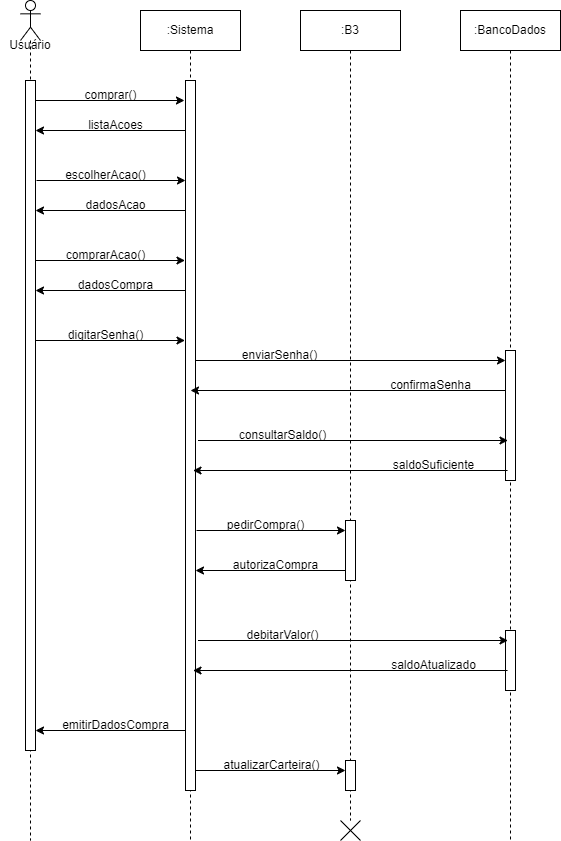
ThePlano/Projeto-CC5511---ENGENHARIA-DE-SOFTWARE keeps this draw.io diagram as diagrama_sequencia_comprar_acao.png. Above is the earlier version. Source tidied: cells renumbered, new cells last; positions are measured from the earlier drawing's top-left corner, leaving out a move shared by most shapes.
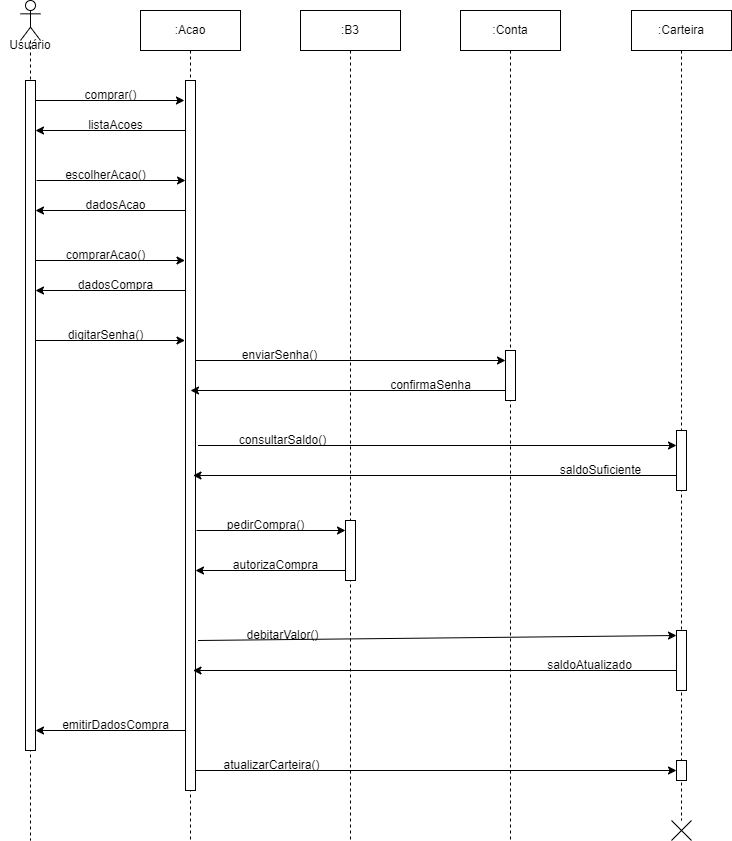
The same file after the commit.

Change to the diagram source:
```diff
@@ -8,18 +8,15 @@
     <mxCell id="3" style="html=1;perimeter=orthogonalPerimeter;targetShapes=umlLifeline;newEdgeStyle={&quot;curved&quot;:0,&quot;rounded&quot;:0};" parent="2" vertex="1">
       <mxGeometry x="5" y="80" width="10" height="670" as="geometry" />
     </mxCell>
-    <mxCell id="4" value=":Sistema" style="shape=umlLifeline;perimeter=lifelinePerimeter;whiteSpace=wrap;html=1;newEdgeStyle={&quot;curved&quot;:0,&quot;rounded&quot;:0};" parent="1" vertex="1">
+    <mxCell id="4" value=":Acao" style="shape=umlLifeline;perimeter=lifelinePerimeter;whiteSpace=wrap;html=1;newEdgeStyle={&quot;curved&quot;:0,&quot;rounded&quot;:0};" parent="1" vertex="1">
       <mxGeometry x="140" y="10" width="100" height="830" as="geometry" />
     </mxCell>
     <mxCell id="5" style="html=1;perimeter=orthogonalPerimeter;targetShapes=umlLifeline;newEdgeStyle={&quot;curved&quot;:0,&quot;rounded&quot;:0};" parent="4" vertex="1">
       <mxGeometry x="45" y="70" width="10" height="710" as="geometry" />
     </mxCell>
     <mxCell id="6" value=":B3" style="shape=umlLifeline;perimeter=lifelinePerimeter;whiteSpace=wrap;html=1;newEdgeStyle={&quot;curved&quot;:0,&quot;rounded&quot;:0};" parent="1" vertex="1">
-      <mxGeometry x="300" y="10" width="100" height="810" as="geometry" />
+      <mxGeometry x="300" y="10" width="100" height="830" as="geometry" />
     </mxCell>
-    <mxCell id="7" style="html=1;points=[[0,0,0,0,5],[0,1,0,0,-5],[1,0,0,0,5],[1,1,0,0,-5]];perimeter=orthogonalPerimeter;outlineConnect=0;targetShapes=umlLifeline;portConstraint=eastwest;newEdgeStyle={&quot;curved&quot;:0,&quot;rounded&quot;:0};" parent="6" vertex="1">
-      <mxGeometry x="45" y="750" width="10" height="30" as="geometry" />
-    </mxCell>
     <mxCell id="8" style="html=1;perimeter=orthogonalPerimeter;targetShapes=umlLifeline;newEdgeStyle={&quot;curved&quot;:0,&quot;rounded&quot;:0};" parent="6" vertex="1">
       <mxGeometry x="45" y="510" width="10" height="60" as="geometry" />
     </mxCell>
@@ -53,9 +50,6 @@
     <mxCell id="15" value="escolherAcao()" style="text;html=1;align=center;verticalAlign=middle;strokeColor=none;fillColor=none;" parent="1" vertex="1">
       <mxGeometry x="55" y="160" width="100" height="30" as="geometry" />
     </mxCell>
-    <mxCell id="16" style="shape=umlDestroy;whiteSpace=wrap;html=1;strokeWidth=1;targetShapes=umlLifeline;" parent="1" vertex="1">
-      <mxGeometry x="340" y="820" width="20" height="20" as="geometry" />
-    </mxCell>
     <mxCell id="17" style="endArrow=classic;html=1;rounded=0;" parent="1" edge="1">
       <mxGeometry relative="1" as="geometry">
         <mxPoint x="185" y="210" as="sourcePoint" />
@@ -101,15 +95,12 @@
     <mxCell id="26" value="emitirDadosCompra" style="text;html=1;align=center;verticalAlign=middle;strokeColor=none;fillColor=none;" parent="1" vertex="1">
       <mxGeometry x="50" y="710" width="130" height="30" as="geometry" />
     </mxCell>
-    <mxCell id="27" value=":BancoDados" style="shape=umlLifeline;perimeter=lifelinePerimeter;whiteSpace=wrap;html=1;newEdgeStyle={&quot;curved&quot;:0,&quot;rounded&quot;:0};" parent="1" vertex="1">
+    <mxCell id="27" value=":Conta" style="shape=umlLifeline;perimeter=lifelinePerimeter;whiteSpace=wrap;html=1;newEdgeStyle={&quot;curved&quot;:0,&quot;rounded&quot;:0};" parent="1" vertex="1">
       <mxGeometry x="460" y="10" width="100" height="830" as="geometry" />
     </mxCell>
     <mxCell id="28" style="html=1;perimeter=orthogonalPerimeter;targetShapes=umlLifeline;newEdgeStyle={&quot;curved&quot;:0,&quot;rounded&quot;:0};" parent="27" vertex="1">
-      <mxGeometry x="45" y="340" width="10" height="130" as="geometry" />
+      <mxGeometry x="45" y="340" width="10" height="50" as="geometry" />
     </mxCell>
-    <mxCell id="29" style="html=1;points=[[0,0,0,0,5],[0,1,0,0,-5],[1,0,0,0,5],[1,1,0,0,-5]];perimeter=orthogonalPerimeter;outlineConnect=0;targetShapes=umlLifeline;portConstraint=eastwest;newEdgeStyle={&quot;curved&quot;:0,&quot;rounded&quot;:0};" parent="27" vertex="1">
-      <mxGeometry x="45" y="620" width="10" height="60" as="geometry" />
-    </mxCell>
     <mxCell id="30" style="endArrow=classic;html=1;rounded=0;" parent="1" edge="1">
       <mxGeometry relative="1" as="geometry">
         <mxPoint x="195" y="360" as="sourcePoint" />
@@ -128,23 +119,21 @@
     <mxCell id="33" value="confirmaSenha" style="text;html=1;align=center;verticalAlign=middle;strokeColor=none;fillColor=none;" parent="1" vertex="1">
       <mxGeometry x="380" y="370" width="100" height="30" as="geometry" />
     </mxCell>
-    <mxCell id="34" style="endArrow=classic;html=1;rounded=0;" parent="1" edge="1">
+    <mxCell id="34" style="endArrow=classic;html=1;rounded=0;" parent="1" edge="1" target="49">
       <mxGeometry relative="1" as="geometry">
-        <mxPoint x="197.5" y="440" as="sourcePoint" />
-        <mxPoint x="507.5" y="440" as="targetPoint" />
+        <mxPoint x="197.5" y="445" as="sourcePoint" />
       </mxGeometry>
     </mxCell>
     <mxCell id="35" value="consultarSaldo()" style="text;html=1;align=center;verticalAlign=middle;strokeColor=none;fillColor=none;" parent="1" vertex="1">
-      <mxGeometry x="226.5" y="420" width="110" height="30" as="geometry" />
+      <mxGeometry x="226.5" y="425" width="110" height="30" as="geometry" />
     </mxCell>
-    <mxCell id="36" style="endArrow=classic;html=1;rounded=0;" parent="1" edge="1">
+    <mxCell id="36" style="endArrow=classic;html=1;rounded=0;" parent="1" edge="1" source="49">
       <mxGeometry relative="1" as="geometry">
-        <mxPoint x="507.1" y="470" as="sourcePoint" />
-        <mxPoint x="192.5" y="470" as="targetPoint" />
+        <mxPoint x="192.5" y="475" as="targetPoint" />
       </mxGeometry>
     </mxCell>
     <mxCell id="37" value="saldoSuficiente" style="text;html=1;align=center;verticalAlign=middle;strokeColor=none;fillColor=none;" parent="1" vertex="1">
-      <mxGeometry x="382.5" y="450" width="100" height="30" as="geometry" />
+      <mxGeometry x="550" y="455" width="100" height="30" as="geometry" />
     </mxCell>
     <mxCell id="38" style="endArrow=classic;html=1;rounded=0;exitX=1.103;exitY=0.128;exitDx=0;exitDy=0;exitPerimeter=0;" parent="1" edge="1">
       <mxGeometry relative="1" as="geometry">
@@ -164,32 +153,44 @@
     <mxCell id="41" value="autorizaCompra" style="text;html=1;align=center;verticalAlign=middle;strokeColor=none;fillColor=none;" parent="1" vertex="1">
       <mxGeometry x="220" y="550" width="110" height="30" as="geometry" />
     </mxCell>
-    <mxCell id="42" style="endArrow=classic;html=1;rounded=0;" parent="1" edge="1">
+    <mxCell id="42" style="endArrow=classic;html=1;rounded=0;entryX=0;entryY=0;entryDx=0;entryDy=5;entryPerimeter=0;" parent="1" edge="1" target="29">
       <mxGeometry relative="1" as="geometry">
         <mxPoint x="197.5" y="640" as="sourcePoint" />
-        <mxPoint x="507.5" y="640" as="targetPoint" />
       </mxGeometry>
     </mxCell>
     <mxCell id="43" value="debitarValor()" style="text;html=1;align=center;verticalAlign=middle;strokeColor=none;fillColor=none;" parent="1" vertex="1">
       <mxGeometry x="231.5" y="620" width="100" height="30" as="geometry" />
     </mxCell>
-    <mxCell id="44" style="endArrow=classic;html=1;rounded=0;" parent="1" edge="1">
+    <mxCell id="44" style="endArrow=classic;html=1;rounded=0;" parent="1" edge="1" source="29">
       <mxGeometry relative="1" as="geometry">
-        <mxPoint x="507.1" y="670" as="sourcePoint" />
         <mxPoint x="192.5" y="670" as="targetPoint" />
       </mxGeometry>
     </mxCell>
     <mxCell id="45" value="saldoAtualizado" style="text;html=1;align=center;verticalAlign=middle;strokeColor=none;fillColor=none;" parent="1" vertex="1">
-      <mxGeometry x="377.5" y="650" width="110" height="30" as="geometry" />
+      <mxGeometry x="533.5" y="650" width="110" height="30" as="geometry" />
     </mxCell>
-    <mxCell id="46" style="endArrow=classic;html=1;rounded=0;" parent="1" edge="1">
+    <mxCell id="46" style="endArrow=classic;html=1;rounded=0;" parent="1" edge="1" target="7">
       <mxGeometry relative="1" as="geometry">
         <mxPoint x="195" y="770" as="sourcePoint" />
-        <mxPoint x="345" y="770" as="targetPoint" />
       </mxGeometry>
     </mxCell>
     <mxCell id="47" value="atualizarCarteira()" style="text;html=1;align=center;verticalAlign=middle;strokeColor=none;fillColor=none;" parent="1" vertex="1">
       <mxGeometry x="211" y="750" width="120" height="30" as="geometry" />
     </mxCell>
+    <mxCell id="48" value=":Carteira" style="shape=umlLifeline;perimeter=lifelinePerimeter;whiteSpace=wrap;html=1;newEdgeStyle={&quot;curved&quot;:0,&quot;rounded&quot;:0};" parent="1" vertex="1">
+      <mxGeometry x="631" y="10" width="100" height="810" as="geometry" />
+    </mxCell>
+    <mxCell id="49" style="html=1;points=[[0,0,0,0,5],[0,1,0,0,-5],[1,0,0,0,5],[1,1,0,0,-5]];perimeter=orthogonalPerimeter;outlineConnect=0;targetShapes=umlLifeline;portConstraint=eastwest;newEdgeStyle={&quot;curved&quot;:0,&quot;rounded&quot;:0};" parent="48" vertex="1">
+      <mxGeometry x="45" y="420" width="10" height="60" as="geometry" />
+    </mxCell>
+    <mxCell id="29" style="html=1;points=[[0,0,0,0,5],[0,1,0,0,-5],[1,0,0,0,5],[1,1,0,0,-5]];perimeter=orthogonalPerimeter;outlineConnect=0;targetShapes=umlLifeline;portConstraint=eastwest;newEdgeStyle={&quot;curved&quot;:0,&quot;rounded&quot;:0};" parent="48" vertex="1">
+      <mxGeometry x="45" y="620" width="10" height="60" as="geometry" />
+    </mxCell>
+    <mxCell id="7" style="html=1;points=[[0,0,0,0,5],[0,1,0,0,-5],[1,0,0,0,5],[1,1,0,0,-5]];perimeter=orthogonalPerimeter;outlineConnect=0;targetShapes=umlLifeline;portConstraint=eastwest;newEdgeStyle={&quot;curved&quot;:0,&quot;rounded&quot;:0};" parent="48" vertex="1">
+      <mxGeometry x="45" y="750" width="10" height="20" as="geometry" />
+    </mxCell>
+    <mxCell id="16" style="shape=umlDestroy;whiteSpace=wrap;html=1;strokeWidth=1;targetShapes=umlLifeline;" parent="48" vertex="1">
+      <mxGeometry x="40" y="810" width="20" height="20" as="geometry" />
+    </mxCell>
   </root>
 </mxGraphModel>
```
